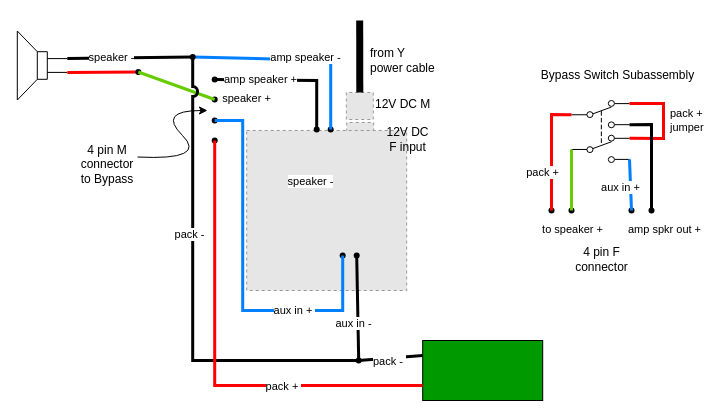
Before: amp-audio/Amp Audio.drawio in j5bot/proton-pack-wiring, a draw.io diagram. Source tidied: cells renumbered, new cells numbered last; positions are measured from the earlier drawing's top-left corner, leaving out a move shared by most shapes. Both pictures are drawn from the tidied source at 100%, with x=0, y=0 at pixel (17, 0). Pictures stored in the file or linked from it are replaced by grey dashed boxes.
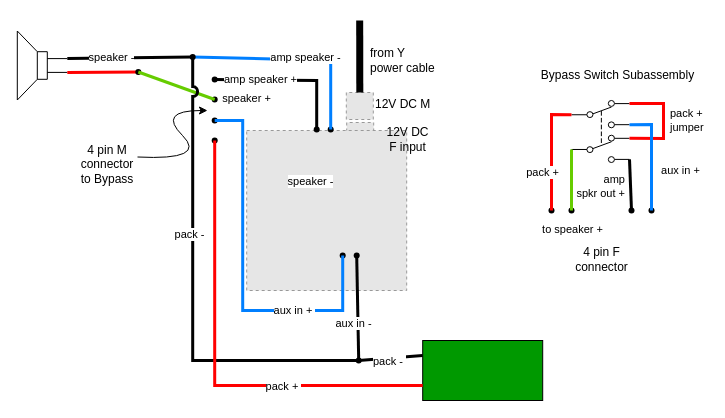
Above is the later version.

Commit message (it also covers changes not shown here):
fixed bypass switch wiring

The change refers to these unchanged cells:
```xml
<mxCell id="2" style="group;" parent="1" vertex="1">
  <mxGeometry x="510" y="60" width="180" height="219" as="geometry" />
</mxCell>
<mxCell id="4" style="verticalLabelPosition=bottom;shadow=0;dashed=0;align=center;html=1;verticalAlign=top;shape=mxgraph.electrical.electro-mechanical.dpdt3;elSwitchState=1;rotation=0;" parent="3" vertex="1">
  <mxGeometry width="58" height="62" as="geometry" />
</mxCell>
<mxCell id="9" style="shape=waypoint;sketch=0;size=6;points=[];fillColor=none;perimeter=centerPerimeter;snapToPoint=1;" parent="2" vertex="1">
  <mxGeometry x="94" y="140" width="20" height="20" as="geometry" />
</mxCell>
<mxCell id="10" style="shape=waypoint;sketch=0;size=6;points=[];fillColor=none;perimeter=centerPerimeter;snapToPoint=1;" parent="2" vertex="1">
  <mxGeometry x="114" y="140" width="20" height="20" as="geometry" />
</mxCell>
```

What changed in the source:
```diff
@@
-    <mxCell id="15" style="endArrow=none;html=1;rounded=0;strokeWidth=3;strokeColor=#000000;entryX=0.85;entryY=0.35;entryDx=0;entryDy=0;entryPerimeter=0;exitX=1;exitY=0.39;exitDx=0;exitDy=0;" parent="2" edge="1" source="4" target="10">
-      <mxGeometry relative="1" as="geometry">
-        <Array as="points">
-          <mxPoint x="124" y="64" />
-        </Array>
-      </mxGeometry>
+    <mxCell id="15" style="endArrow=none;html=1;rounded=0;strokeWidth=3;strokeColor=#000000;entryX=0.85;entryY=0.5;entryDx=0;entryDy=0;entryPerimeter=0;exitX=1;exitY=0.95;exitDx=0;exitDy=0;" parent="2" edge="1" source="4" target="9">
+      <mxGeometry relative="1" as="geometry" />
     </mxCell>
-    <mxCell id="16" value="amp spkr out +" style="edgeLabel;html=1;align=center;verticalAlign=middle;" parent="15" vertex="1">
+    <mxCell id="16" value="amp&lt;div&gt;spkr out +&lt;/div&gt;" style="edgeLabel;html=1;align=right;verticalAlign=middle;" parent="15" vertex="1">
       <mxGeometry x="-0.04" y="-2" relative="1" as="geometry">
-        <mxPoint x="14" y="75" as="offset" />
+        <mxPoint x="-3" y="2" as="offset" />
       </mxGeometry>
     </mxCell>
-    <mxCell id="17" style="endArrow=none;html=1;rounded=0;strokeWidth=3;strokeColor=#007FFF;entryX=0.5;entryY=0.5;entryDx=0;entryDy=0;entryPerimeter=0;exitX=1;exitY=0.95;exitDx=0;exitDy=0;" parent="2" edge="1" source="4" target="9">
-      <mxGeometry relative="1" as="geometry" />
+    <mxCell id="17" style="endArrow=none;html=1;rounded=0;strokeWidth=3;strokeColor=#007FFF;exitX=1;exitY=0.39;exitDx=0;exitDy=0;entryX=1;entryY=0.4;entryDx=0;entryDy=0;entryPerimeter=0;" parent="2" edge="1" source="4" target="10">
+      <mxGeometry relative="1" as="geometry">
+        <Array as="points">
+          <mxPoint x="124" y="64" />
+        </Array>
+      </mxGeometry>
     </mxCell>
     <mxCell id="18" value="aux in +" style="edgeLabel;html=1;align=center;verticalAlign=middle;" parent="17" vertex="1">
       <mxGeometry x="-0.04" y="-2" relative="1" as="geometry">
-        <mxPoint x="-8" y="3" as="offset" />
+        <mxPoint x="30" y="16" as="offset" />
       </mxGeometry>
     </mxCell>
```
